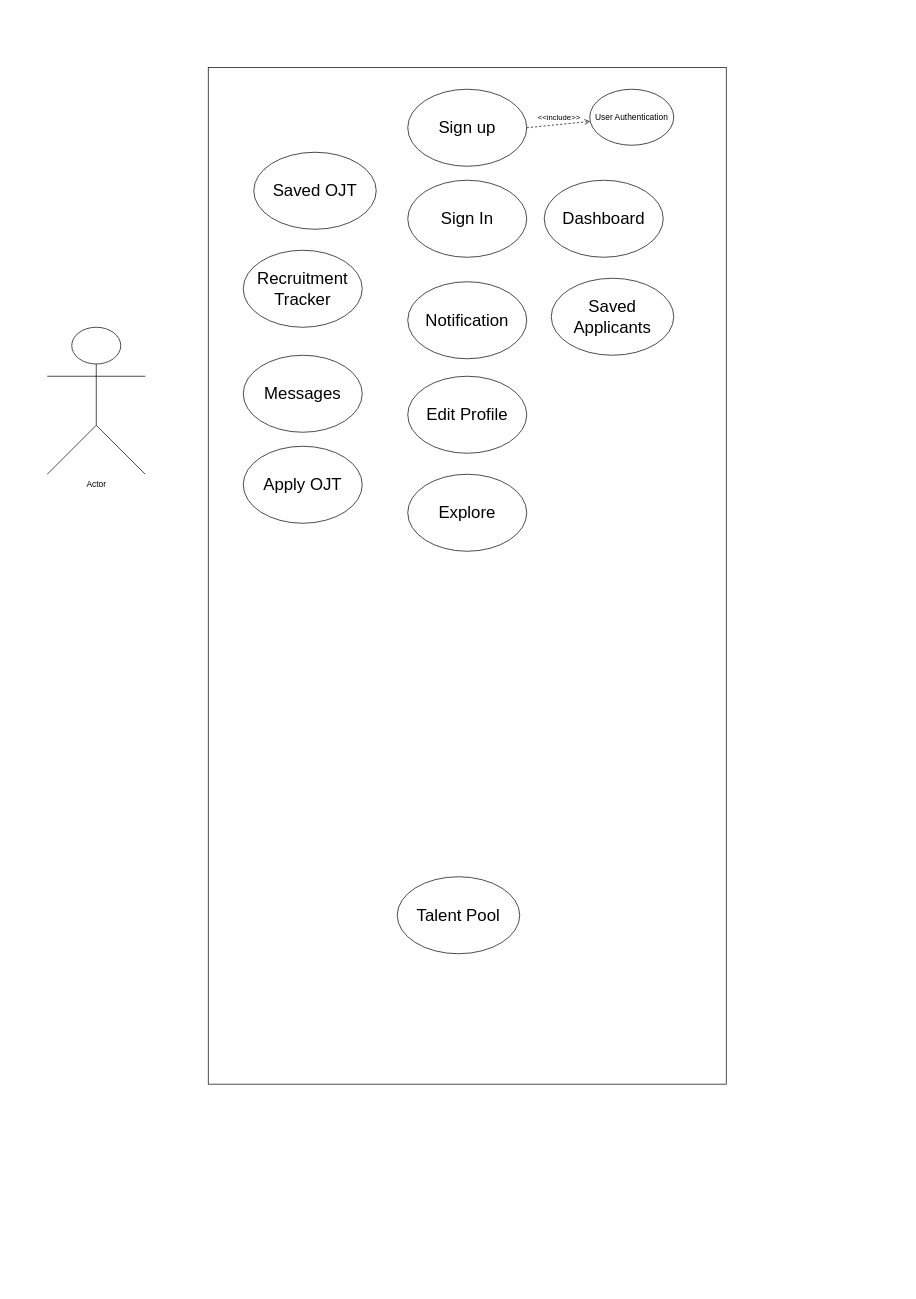
Earlier version of the draw.io diagram Untitled Diagram.drawio (Leck0000/1). Source tidied: cells renumbered, new cells numbered last; positions are measured from the earlier drawing's top-left corner, leaving out a move shared by most shapes. Both pictures are drawn from the tidied source at 70%, with x=0, y=0 at pixel (47, 67).
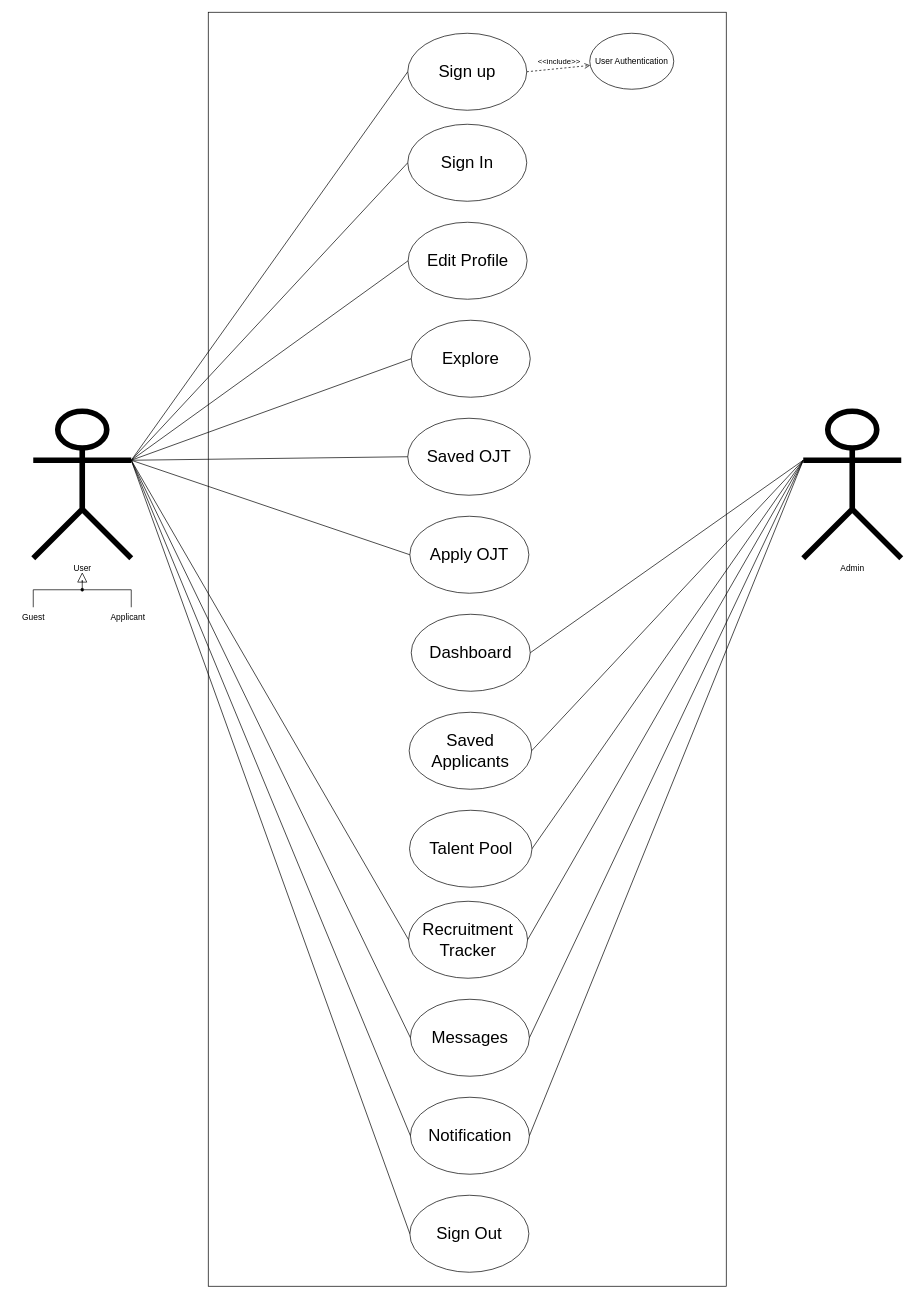
The same diagram, later.

Commit message:
User Diagram

Diff of the diagram source:
```diff
@@
-    <mxCell id="2" value="Actor" style="shape=umlActor;verticalLabelPosition=bottom;verticalAlign=top;html=1;outlineConnect=0;" parent="1" vertex="1">
-      <mxGeometry y="371" width="140" height="210" as="geometry" />
+    <mxCell id="2" value="Admin" style="shape=umlActor;verticalLabelPosition=bottom;verticalAlign=top;html=1;outlineConnect=0;strokeWidth=8;" parent="1" vertex="1">
+      <mxGeometry x="1080" y="491" width="140" height="210" as="geometry" />
     </mxCell>
     <mxCell id="3" style="rounded=0;whiteSpace=wrap;html=1;" parent="1" vertex="1">
-      <mxGeometry x="230" y="-0.2" width="740" height="1452.5" as="geometry" />
+      <mxGeometry x="230" y="-79" width="740" height="1820" as="geometry" />
     </mxCell>
     <mxCell id="4" value="&lt;font style=&quot;font-size: 24px;&quot;&gt;Sign In&lt;/font&gt;" style="ellipse;whiteSpace=wrap;html=1;" parent="1" vertex="1">
-      <mxGeometry x="515" y="161" width="170" height="110" as="geometry" />
+      <mxGeometry x="515" y="81" width="170" height="110" as="geometry" />
     </mxCell>
     <mxCell id="5" value="&lt;span style=&quot;font-size: 24px;&quot;&gt;Explore&lt;/span&gt;" style="ellipse;whiteSpace=wrap;html=1;" parent="1" vertex="1">
-      <mxGeometry x="515" y="581" width="170" height="110" as="geometry" />
+      <mxGeometry x="520" y="361" width="170" height="110" as="geometry" />
     </mxCell>
     <mxCell id="6" value="&lt;span style=&quot;font-size: 24px;&quot;&gt;Edit Profile&lt;/span&gt;" style="ellipse;whiteSpace=wrap;html=1;" parent="1" vertex="1">
-      <mxGeometry x="515" y="441" width="170" height="110" as="geometry" />
+      <mxGeometry x="515.5" y="221" width="170" height="110" as="geometry" />
     </mxCell>
     <mxCell id="7" value="&lt;font style=&quot;font-size: 24px;&quot;&gt;Sign up&lt;/font&gt;" style="ellipse;whiteSpace=wrap;html=1;" parent="1" vertex="1">
-      <mxGeometry x="515" y="31" width="170" height="110" as="geometry" />
+      <mxGeometry x="515" y="-49" width="170" height="110" as="geometry" />
     </mxCell>
@@
     <mxCell id="9" value="User Authentication" style="ellipse;whiteSpace=wrap;html=1;" parent="1" vertex="1">
-      <mxGeometry x="775" y="31" width="120" height="80" as="geometry" />
+      <mxGeometry x="775" y="-49" width="120" height="80" as="geometry" />
     </mxCell>
     <mxCell id="10" value="&lt;span style=&quot;font-size: 24px;&quot;&gt;Notification&lt;/span&gt;" style="ellipse;whiteSpace=wrap;html=1;" parent="1" vertex="1">
-      <mxGeometry x="515" y="306" width="170" height="110" as="geometry" />
+      <mxGeometry x="518.8" y="1471" width="170" height="110" as="geometry" />
     </mxCell>
     <mxCell id="11" value="&lt;font style=&quot;font-size: 24px;&quot;&gt;Saved OJT&lt;/font&gt;" style="ellipse;whiteSpace=wrap;html=1;" parent="1" vertex="1">
-      <mxGeometry x="295" y="121" width="175" height="110" as="geometry" />
+      <mxGeometry x="515" y="501" width="175" height="110" as="geometry" />
     </mxCell>
     <mxCell id="12" value="&lt;span style=&quot;font-size: 24px;&quot;&gt;Recruitment Tracker&lt;/span&gt;" style="ellipse;whiteSpace=wrap;html=1;" parent="1" vertex="1">
-      <mxGeometry x="280" y="261" width="170" height="110" as="geometry" />
+      <mxGeometry x="516.2" y="1191" width="170" height="110" as="geometry" />
     </mxCell>
     <mxCell id="13" value="&lt;span style=&quot;font-size: 24px;&quot;&gt;Messages&lt;/span&gt;" style="ellipse;whiteSpace=wrap;html=1;" parent="1" vertex="1">
-      <mxGeometry x="280" y="411" width="170" height="110" as="geometry" />
+      <mxGeometry x="518.8" y="1331" width="170" height="110" as="geometry" />
     </mxCell>
     <mxCell id="14" value="&lt;span style=&quot;font-size: 24px;&quot;&gt;Apply OJT&lt;/span&gt;" style="ellipse;whiteSpace=wrap;html=1;" parent="1" vertex="1">
-      <mxGeometry x="280" y="541" width="170" height="110" as="geometry" />
+      <mxGeometry x="518" y="641" width="170" height="110" as="geometry" />
     </mxCell>
     <mxCell id="15" value="&lt;span style=&quot;font-size: 24px;&quot;&gt;Dashboard&lt;/span&gt;" style="ellipse;whiteSpace=wrap;html=1;" parent="1" vertex="1">
-      <mxGeometry x="710" y="161" width="170" height="110" as="geometry" />
+      <mxGeometry x="520" y="781" width="170" height="110" as="geometry" />
     </mxCell>
     <mxCell id="16" value="&lt;font style=&quot;font-size: 24px;&quot;&gt;Saved Applicants&lt;/font&gt;" style="ellipse;whiteSpace=wrap;html=1;" parent="1" vertex="1">
-      <mxGeometry x="720" y="301" width="175" height="110" as="geometry" />
+      <mxGeometry x="517" y="921" width="175" height="110" as="geometry" />
     </mxCell>
     <mxCell id="17" value="&lt;span style=&quot;font-size: 24px;&quot;&gt;Talent Pool&lt;/span&gt;" style="ellipse;whiteSpace=wrap;html=1;" parent="1" vertex="1">
-      <mxGeometry x="500" y="1156" width="175" height="110" as="geometry" />
+      <mxGeometry x="517.5" y="1061" width="175" height="110" as="geometry" />
     </mxCell>
+    <mxCell id="18" value="&lt;span style=&quot;font-size: 24px;&quot;&gt;Sign Out&lt;/span&gt;" style="ellipse;whiteSpace=wrap;html=1;" parent="1" vertex="1">
+      <mxGeometry x="518" y="1611" width="170" height="110" as="geometry" />
+    </mxCell>
+    <mxCell id="19" style="verticalAlign=bottom;html=1;ellipse;fillColor=strokeColor;fontFamily=Helvetica;fontSize=11;fontColor=default;" parent="1" vertex="1">
+      <mxGeometry x="48" y="744" width="4" height="4" as="geometry" />
+    </mxCell>
+    <mxCell id="20" style="edgeStyle=elbowEdgeStyle;html=1;endSize=12;endArrow=block;endFill=0;elbow=horizontal;rounded=0;labelBackgroundColor=default;fontFamily=Helvetica;fontSize=11;fontColor=default;shape=connector;" parent="1" edge="1" source="19">
+      <mxGeometry x="1" relative="1" as="geometry">
+        <mxPoint x="50" y="721" as="targetPoint" />
+      </mxGeometry>
+    </mxCell>
+    <mxCell id="21" style="edgeStyle=elbowEdgeStyle;html=1;elbow=vertical;verticalAlign=bottom;endArrow=none;rounded=0;labelBackgroundColor=default;fontFamily=Helvetica;fontSize=11;fontColor=default;startSize=14;shape=connector;" parent="1" edge="1" source="19">
+      <mxGeometry x="1" relative="1" as="geometry">
+        <mxPoint x="120" y="771" as="targetPoint" />
+        <Array as="points">
+          <mxPoint x="90" y="746" />
+        </Array>
+      </mxGeometry>
+    </mxCell>
+    <mxCell id="22" style="edgeStyle=elbowEdgeStyle;html=1;elbow=vertical;verticalAlign=bottom;endArrow=none;rounded=0;labelBackgroundColor=default;fontFamily=Helvetica;fontSize=11;fontColor=default;startSize=14;shape=connector;" parent="1" edge="1" source="19">
+      <mxGeometry x="1" relative="1" as="geometry">
+        <mxPoint x="-20" y="771" as="targetPoint" />
+        <Array as="points">
+          <mxPoint x="10" y="746" />
+        </Array>
+      </mxGeometry>
+    </mxCell>
+    <mxCell id="23" value="Guest" style="text;html=1;align=center;verticalAlign=middle;strokeColor=none;fillColor=none;" parent="1" vertex="1">
+      <mxGeometry x="-50" y="771" width="60" height="30" as="geometry" />
+    </mxCell>
+    <mxCell id="24" value="Applicant" style="text;html=1;align=center;verticalAlign=middle;strokeColor=none;fillColor=none;" parent="1" vertex="1">
+      <mxGeometry x="80" y="771" width="70" height="30" as="geometry" />
+    </mxCell>
+    <mxCell id="25" style="endArrow=none;html=1;rounded=0;entryX=0;entryY=0.5;entryDx=0;entryDy=0;" parent="1" edge="1" target="7">
+      <mxGeometry relative="1" as="geometry">
+        <mxPoint x="120" y="561" as="sourcePoint" />
+      </mxGeometry>
+    </mxCell>
+    <mxCell id="26" style="endArrow=none;html=1;rounded=0;entryX=0;entryY=0.5;entryDx=0;entryDy=0;" parent="1" edge="1" target="6">
+      <mxGeometry relative="1" as="geometry">
+        <mxPoint x="120" y="561" as="sourcePoint" />
+      </mxGeometry>
+    </mxCell>
+    <mxCell id="27" style="endArrow=none;html=1;rounded=0;entryX=0;entryY=0.5;entryDx=0;entryDy=0;" parent="1" edge="1" target="5">
+      <mxGeometry relative="1" as="geometry">
+        <mxPoint x="120" y="561" as="sourcePoint" />
+      </mxGeometry>
+    </mxCell>
+    <mxCell id="28" style="endArrow=none;html=1;rounded=0;entryX=0;entryY=0.5;entryDx=0;entryDy=0;" parent="1" edge="1" target="11">
+      <mxGeometry relative="1" as="geometry">
+        <mxPoint x="120" y="561" as="sourcePoint" />
+      </mxGeometry>
+    </mxCell>
+    <mxCell id="29" style="endArrow=none;html=1;rounded=0;entryX=0;entryY=0.5;entryDx=0;entryDy=0;" parent="1" edge="1" target="12">
+      <mxGeometry relative="1" as="geometry">
+        <mxPoint x="120" y="561" as="sourcePoint" />
+      </mxGeometry>
+    </mxCell>
+    <mxCell id="30" style="endArrow=none;html=1;rounded=0;entryX=0;entryY=0.5;entryDx=0;entryDy=0;" parent="1" edge="1" target="13">
+      <mxGeometry relative="1" as="geometry">
+        <mxPoint x="120" y="561" as="sourcePoint" />
+      </mxGeometry>
+    </mxCell>
+    <mxCell id="31" style="endArrow=none;html=1;rounded=0;entryX=0;entryY=0.5;entryDx=0;entryDy=0;" parent="1" edge="1" target="10">
+      <mxGeometry relative="1" as="geometry">
+        <mxPoint x="120" y="561" as="sourcePoint" />
+      </mxGeometry>
+    </mxCell>
+    <mxCell id="32" style="endArrow=none;html=1;rounded=0;entryX=0;entryY=0.5;entryDx=0;entryDy=0;" parent="1" edge="1" target="18">
+      <mxGeometry relative="1" as="geometry">
+        <mxPoint x="120" y="561" as="sourcePoint" />
+      </mxGeometry>
+    </mxCell>
+    <mxCell id="33" value="User" style="shape=umlActor;verticalLabelPosition=bottom;verticalAlign=top;html=1;strokeWidth=8;" parent="1" vertex="1">
+      <mxGeometry x="-20" y="491" width="140" height="210" as="geometry" />
+    </mxCell>
+    <mxCell id="34" style="endArrow=none;html=1;rounded=0;entryX=0;entryY=0.5;entryDx=0;entryDy=0;" parent="1" edge="1" target="4">
+      <mxGeometry relative="1" as="geometry">
+        <mxPoint x="120" y="561" as="sourcePoint" />
+      </mxGeometry>
+    </mxCell>
+    <mxCell id="35" style="endArrow=none;html=1;rounded=0;entryX=1;entryY=0.5;entryDx=0;entryDy=0;exitX=0;exitY=0.3333333333333333;exitDx=0;exitDy=0;exitPerimeter=0;" parent="1" edge="1" source="2" target="15">
+      <mxGeometry relative="1" as="geometry" />
+    </mxCell>
+    <mxCell id="36" style="endArrow=none;html=1;rounded=0;entryX=0;entryY=0.5;entryDx=0;entryDy=0;" parent="1" edge="1" target="14">
+      <mxGeometry relative="1" as="geometry">
+        <mxPoint x="120" y="561" as="sourcePoint" />
+      </mxGeometry>
+    </mxCell>
+    <mxCell id="37" style="endArrow=none;html=1;rounded=0;entryX=1;entryY=0.5;entryDx=0;entryDy=0;exitX=0;exitY=0.3333333333333333;exitDx=0;exitDy=0;exitPerimeter=0;" parent="1" edge="1" source="2" target="16">
+      <mxGeometry relative="1" as="geometry" />
+    </mxCell>
+    <mxCell id="38" style="endArrow=none;html=1;rounded=0;entryX=1;entryY=0.5;entryDx=0;entryDy=0;exitX=0;exitY=0.3333333333333333;exitDx=0;exitDy=0;exitPerimeter=0;" parent="1" edge="1" source="2" target="17">
+      <mxGeometry relative="1" as="geometry" />
+    </mxCell>
+    <mxCell id="39" style="endArrow=none;html=1;rounded=0;entryX=1;entryY=0.5;entryDx=0;entryDy=0;exitX=0;exitY=0.3333333333333333;exitDx=0;exitDy=0;exitPerimeter=0;" parent="1" edge="1" source="2" target="12">
+      <mxGeometry relative="1" as="geometry" />
+    </mxCell>
+    <mxCell id="40" style="endArrow=none;html=1;rounded=0;entryX=1;entryY=0.5;entryDx=0;entryDy=0;exitX=0;exitY=0.3333333333333333;exitDx=0;exitDy=0;exitPerimeter=0;" parent="1" edge="1" source="2" target="13">
+      <mxGeometry relative="1" as="geometry" />
+    </mxCell>
+    <mxCell id="41" style="endArrow=none;html=1;rounded=0;entryX=1;entryY=0.5;entryDx=0;entryDy=0;exitX=0;exitY=0.3333333333333333;exitDx=0;exitDy=0;exitPerimeter=0;" parent="1" edge="1" source="2" target="10">
+      <mxGeometry relative="1" as="geometry" />
+    </mxCell>
```
